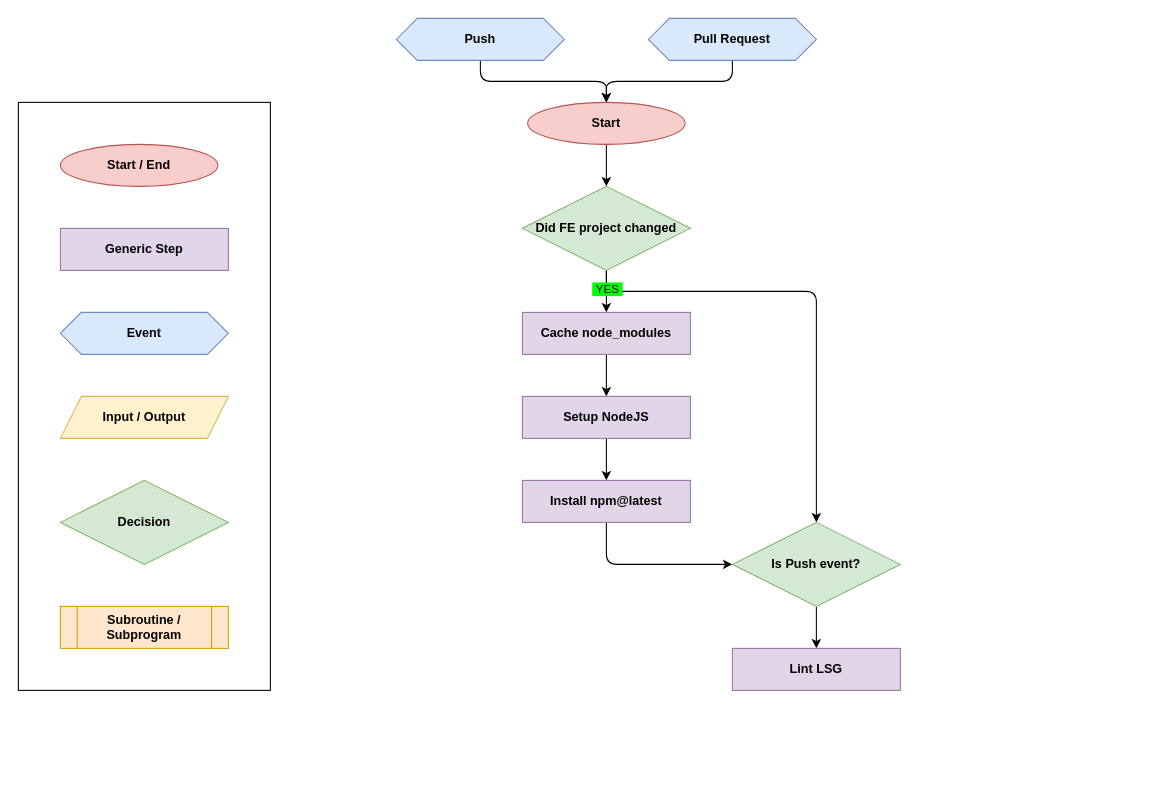
paulAlexSerban/tpl--living-style-guide keeps this draw.io diagram as wiki/ci/ci-develop-frontend.drawio. Above is the earlier version. Source tidied: cells renumbered, new cells numbered last; positions are measured from the earlier drawing's top-left corner, leaving out a move shared by most shapes. Both pictures are drawn from the tidied source at 105%, with x=0, y=0 at pixel (18, 18).
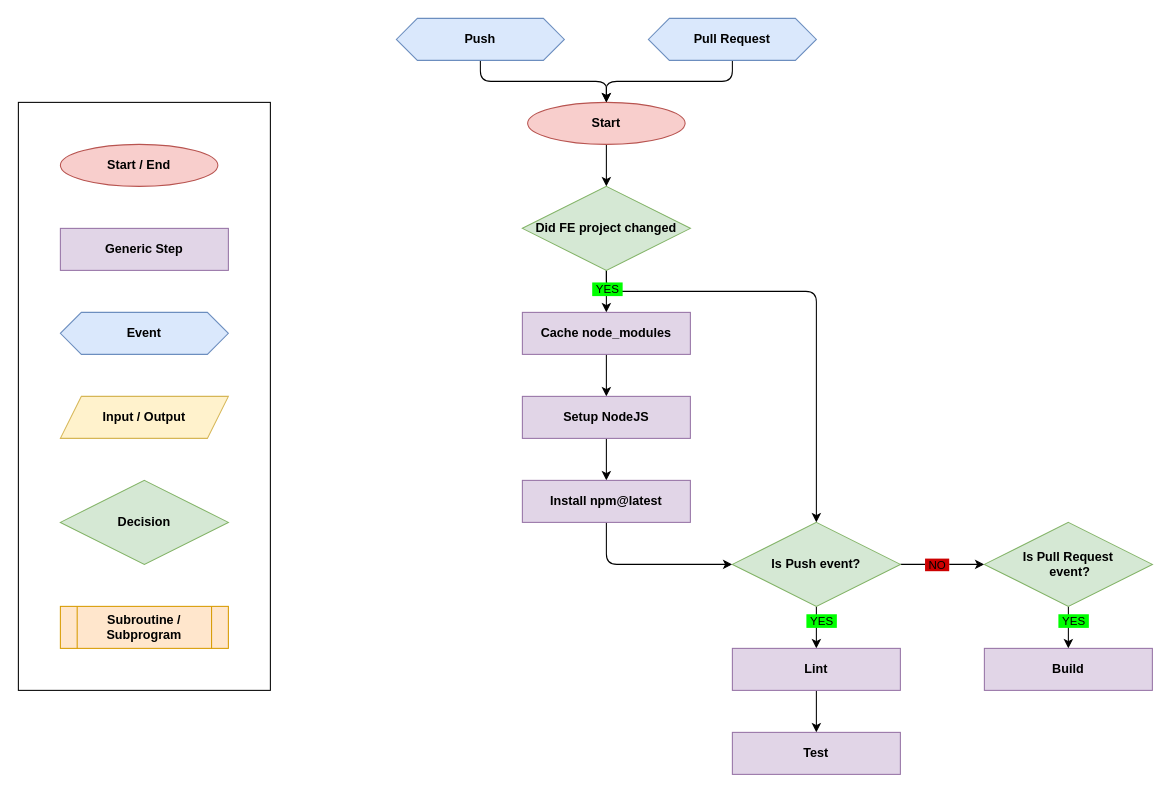
The same diagram, later.

Unchanged cells that the change refers to:
```xml
<mxCell id="26" value="&lt;font color=&quot;#000000&quot;&gt;&lt;b&gt;Is Push event?&lt;/b&gt;&lt;/font&gt;" style="rhombus;whiteSpace=wrap;html=1;fillColor=#d5e8d4;strokeColor=#82b366;" parent="1" vertex="1">
  <mxGeometry x="680" y="480" width="160" height="80" as="geometry" />
</mxCell>
```

Diff of the diagram source:
```diff
@@
+    <mxCell id="28" style="edgeStyle=none;html=1;entryX=0;entryY=0.5;entryDx=0;entryDy=0;" parent="1" edge="1" source="26" target="34">
+      <mxGeometry relative="1" as="geometry" />
+    </mxCell>
+    <mxCell id="29" value="&lt;span style=&quot;background-color: rgb(204 , 0 , 0)&quot;&gt;&amp;nbsp;NO&amp;nbsp;&lt;/span&gt;" style="edgeLabel;html=1;align=center;verticalAlign=middle;" parent="28" vertex="1">
+      <mxGeometry x="-0.16" y="-1" relative="1" as="geometry">
+        <mxPoint y="-1" as="offset" />
+      </mxGeometry>
+    </mxCell>
@@
+    <mxCell id="30" style="edgeStyle=none;html=1;entryX=0.5;entryY=0;entryDx=0;entryDy=0;" parent="1" edge="1" source="27" target="31">
+      <mxGeometry relative="1" as="geometry" />
+    </mxCell>
-    <mxCell id="27" value="&lt;b&gt;Lint LSG&lt;/b&gt;" style="rounded=0;whiteSpace=wrap;html=1;fillColor=#e1d5e7;strokeColor=#9673a6;fontColor=#000000;" parent="1" vertex="1">
+    <mxCell id="27" value="&lt;b&gt;Lint&lt;br&gt;&lt;/b&gt;" style="rounded=0;whiteSpace=wrap;html=1;fillColor=#e1d5e7;strokeColor=#9673a6;fontColor=#000000;" parent="1" vertex="1">
       <mxGeometry x="680" y="600" width="160" height="40" as="geometry" />
     </mxCell>
+    <mxCell id="31" value="&lt;b&gt;Test&lt;br&gt;&lt;/b&gt;" style="rounded=0;whiteSpace=wrap;html=1;fillColor=#e1d5e7;strokeColor=#9673a6;fontColor=#000000;" parent="1" vertex="1">
+      <mxGeometry x="680" y="680" width="160" height="40" as="geometry" />
+    </mxCell>
+    <mxCell id="32" value="&lt;font color=&quot;#000000&quot;&gt;&amp;nbsp;YES&amp;nbsp;&lt;br&gt;&lt;/font&gt;" style="edgeLabel;html=1;align=center;verticalAlign=middle;labelBackgroundColor=#00FF00;" parent="1" vertex="1">
+      <mxGeometry x="580" y="260" as="geometry">
+        <mxPoint x="184" y="313" as="offset" />
+      </mxGeometry>
+    </mxCell>
+    <mxCell id="33" style="edgeStyle=none;html=1;entryX=0.5;entryY=0;entryDx=0;entryDy=0;" parent="1" edge="1" source="34" target="36">
+      <mxGeometry relative="1" as="geometry" />
+    </mxCell>
+    <mxCell id="34" value="&lt;font color=&quot;#000000&quot;&gt;&lt;b&gt;Is Pull Request&lt;br&gt;&amp;nbsp;event?&lt;/b&gt;&lt;/font&gt;" style="rhombus;whiteSpace=wrap;html=1;fillColor=#d5e8d4;strokeColor=#82b366;" parent="1" vertex="1">
+      <mxGeometry x="920" y="480" width="160" height="80" as="geometry" />
+    </mxCell>
+    <mxCell id="35" value="&lt;font color=&quot;#000000&quot;&gt;&amp;nbsp;YES&amp;nbsp;&lt;br&gt;&lt;/font&gt;" style="edgeLabel;html=1;align=center;verticalAlign=middle;labelBackgroundColor=#00FF00;" parent="1" vertex="1">
+      <mxGeometry x="820" y="260" as="geometry">
+        <mxPoint x="184" y="313" as="offset" />
+      </mxGeometry>
+    </mxCell>
+    <mxCell id="36" value="&lt;b&gt;Build&lt;br&gt;&lt;/b&gt;" style="rounded=0;whiteSpace=wrap;html=1;fillColor=#e1d5e7;strokeColor=#9673a6;fontColor=#000000;" parent="1" vertex="1">
+      <mxGeometry x="920" y="600" width="160" height="40" as="geometry" />
+    </mxCell>
```
